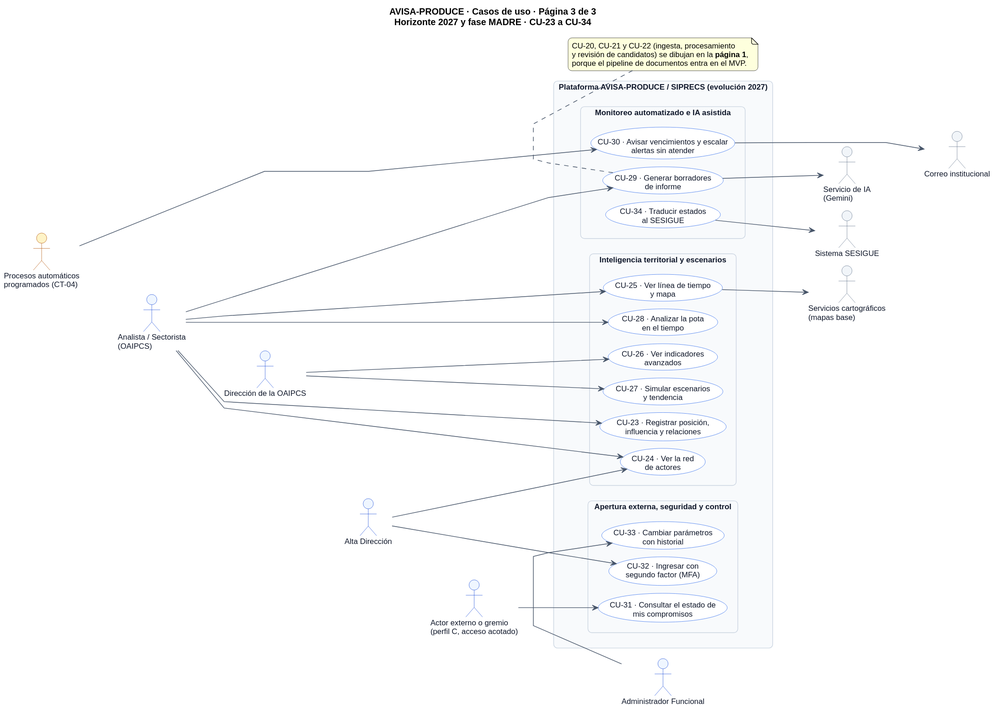
The PlantUML diagram docs/img/AVISA_CU_2027.svg in diegopaucarv/avisa, before a commit.
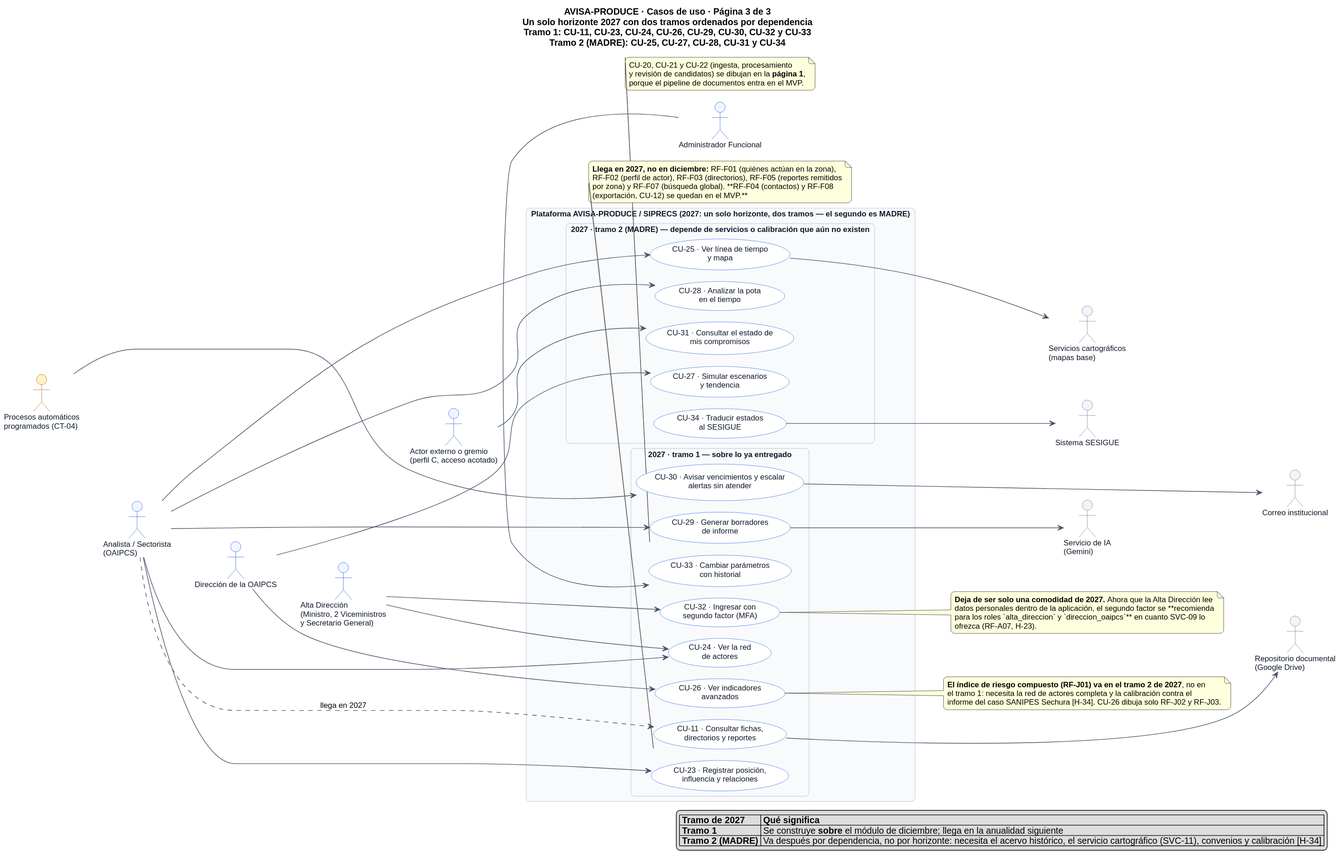
Later version of the same file.

The edit, as a diff of the source:
```diff
@@ -1,4 +1,5 @@
 @startuml
+!pragma layout smetana
 left to right direction
 skinparam shadowing false
 skinparam roundcorner 12
@@ -34,12 +35,12 @@
   FontColor #0F172A
 }
 
-title AVISA-PRODUCE · Casos de uso · Página 3 de 3\nHorizonte 2027 y fase MADRE · CU-23 a CU-34
+title AVISA-PRODUCE · Casos de uso · Página 3 de 3\nUn solo horizonte 2027 con dos tramos ordenados por dependencia\nTramo 1: CU-11, CU-23, CU-24, CU-26, CU-29, CU-30, CU-32 y CU-33\nTramo 2 (MADRE): CU-25, CU-27, CU-28, CU-31 y CU-34
 
 actor "Procesos automáticos\nprogramados (CT-04)" as reloj #FEF3C7;line:B45309
 actor "Analista / Sectorista\n(OAIPCS)" as analista27 #EFF6FF;line:1D4ED8
 actor "Dirección de la OAIPCS" as direccion27 #EFF6FF;line:1D4ED8
-actor "Alta Dirección" as alta27 #EFF6FF;line:1D4ED8
+actor "Alta Dirección\n(Ministro, 2 Viceministros\ny Secretario General)" as alta27 #EFF6FF;line:1D4ED8
 actor "Actor externo o gremio\n(perfil C, acceso acotado)" as externo #EFF6FF;line:1D4ED8
 actor "Administrador Funcional" as admin27 #EFF6FF;line:1D4ED8
 
@@ -49,27 +50,25 @@
 alta27 -[hidden]down-> externo
 externo -[hidden]down-> admin27
 
-rectangle "Plataforma AVISA-PRODUCE / SIPRECS (evolución 2027)" {
+rectangle "Plataforma AVISA-PRODUCE / SIPRECS (2027: un solo horizonte, dos tramos — el segundo es MADRE)" {
 
-  package "Inteligencia territorial y escenarios" {
+  package "2027 · tramo 1 — sobre lo ya entregado" {
+    usecase "CU-11 · Consultar fichas,\ndirectorios y reportes" as uc_reportes27
     usecase "CU-23 · Registrar posición,\ninfluencia y relaciones" as uc_posicion
     usecase "CU-24 · Ver la red\nde actores" as uc_red
-    usecase "CU-25 · Ver línea de tiempo\ny mapa" as uc_mapa
-    usecase "CU-28 · Analizar la pota\nen el tiempo" as uc_pota
     usecase "CU-26 · Ver indicadores\navanzados" as uc_indicadores
-    usecase "CU-27 · Simular escenarios\ny tendencia" as uc_escenarios
+    usecase "CU-29 · Generar borradores\nde informe" as uc_borradores
+    usecase "CU-30 · Avisar vencimientos y escalar\nalertas sin atender" as uc_escalar
+    usecase "CU-32 · Ingresar con\nsegundo factor (MFA)" as uc_mfa
+    usecase "CU-33 · Cambiar parámetros\ncon historial" as uc_parametros
   }
 
-  package "Monitoreo automatizado e IA asistida" {
-    usecase "CU-29 · Generar borradores\nde informe" as uc_borradores
-    usecase "CU-30 · Avisar vencimientos y escalar\nalertas sin atender" as uc_escalar
+  package "2027 · tramo 2 (MADRE) — depende de servicios o calibración que aún no existen" {
+    usecase "CU-25 · Ver línea de tiempo\ny mapa" as uc_mapa
+    usecase "CU-27 · Simular escenarios\ny tendencia" as uc_escenarios
+    usecase "CU-28 · Analizar la pota\nen el tiempo" as uc_pota
+    usecase "CU-31 · Consultar el estado de\nmis compromisos" as uc_portal
     usecase "CU-34 · Traducir estados\nal SESIGUE" as uc_sesigue
-  }
-
-  package "Apertura externa, seguridad y control" {
-    usecase "CU-31 · Consultar el estado de\nmis compromisos" as uc_portal
-    usecase "CU-32 · Ingresar con\nsegundo factor (MFA)" as uc_mfa
-    usecase "CU-33 · Cambiar parámetros\ncon historial" as uc_parametros
   }
 }
 
@@ -77,12 +76,36 @@
 actor "Correo institucional" as sys_mail27 #F1F5F9;line:64748B
 actor "Sistema SESIGUE" as sys_sesigue #F1F5F9;line:64748B
 actor "Servicios cartográficos\n(mapas base)" as sys_mapas #F1F5F9;line:64748B
+actor "Repositorio documental\n(Google Drive)" as sys_drive27 #F1F5F9;line:64748B
 
 sys_ai27 -[hidden]down-> sys_mail27
+sys_mapas -[hidden]down-> sys_drive27
 note bottom of uc_borradores : CU-20, CU-21 y CU-22 (ingesta, procesamiento\ny revisión de candidatos) se dibujan en la **página 1**,\nporque el pipeline de documentos entra en el MVP.
+
+note bottom of uc_reportes27
+  **Llega en 2027, no en diciembre:** RF-F01 (quiénes actúan en la zona),
+  RF-F02 (perfil de actor), RF-F03 (directorios), RF-F05 (reportes remitidos
+  por zona) y RF-F07 (búsqueda global). **RF-F04 (contactos) y RF-F08
+  (exportación, CU-12) se quedan en el MVP.**
+end note
+
+note right of uc_mfa
+  **Deja de ser solo una comodidad de 2027.** Ahora que la Alta Dirección lee
+  datos personales dentro de la aplicación, el segundo factor se **recomienda
+  para los roles `alta_direccion` y `direccion_oaipcs`** en cuanto SVC-09 lo
+  ofrezca (RF-A07, H-23).
+end note
+
+note right of uc_indicadores
+  **El índice de riesgo compuesto (RF-J01) va en el tramo 2 de 2027**, no en
+  el tramo 1: necesita la red de actores completa y la calibración contra el
+  informe del caso SANIPES Sechura [H-34]. CU-26 dibuja solo RF-J02 y RF-J03.
+end note
 
 
 reloj --> uc_escalar
+
+analista27 ..> uc_reportes27 : «llega en 2027»
 
 analista27 --> uc_borradores
 analista27 --> uc_posicion
@@ -104,5 +127,11 @@
 uc_escalar --> sys_mail27
 uc_sesigue --> sys_sesigue
 uc_mapa --> sys_mapas
+uc_reportes27 --> sys_drive27
 
+legend right
+  |= Tramo de 2027 |= Qué significa |
+  | **Tramo 1** | Se construye **sobre** el módulo de diciembre; llega en la anualidad siguiente |
+  | **Tramo 2 (MADRE)** | Va después por dependencia, no por horizonte: necesita el acervo histórico, el servicio cartográfico (SVC-11), convenios y calibración [H-34] |
+endlegend
 @enduml
```
